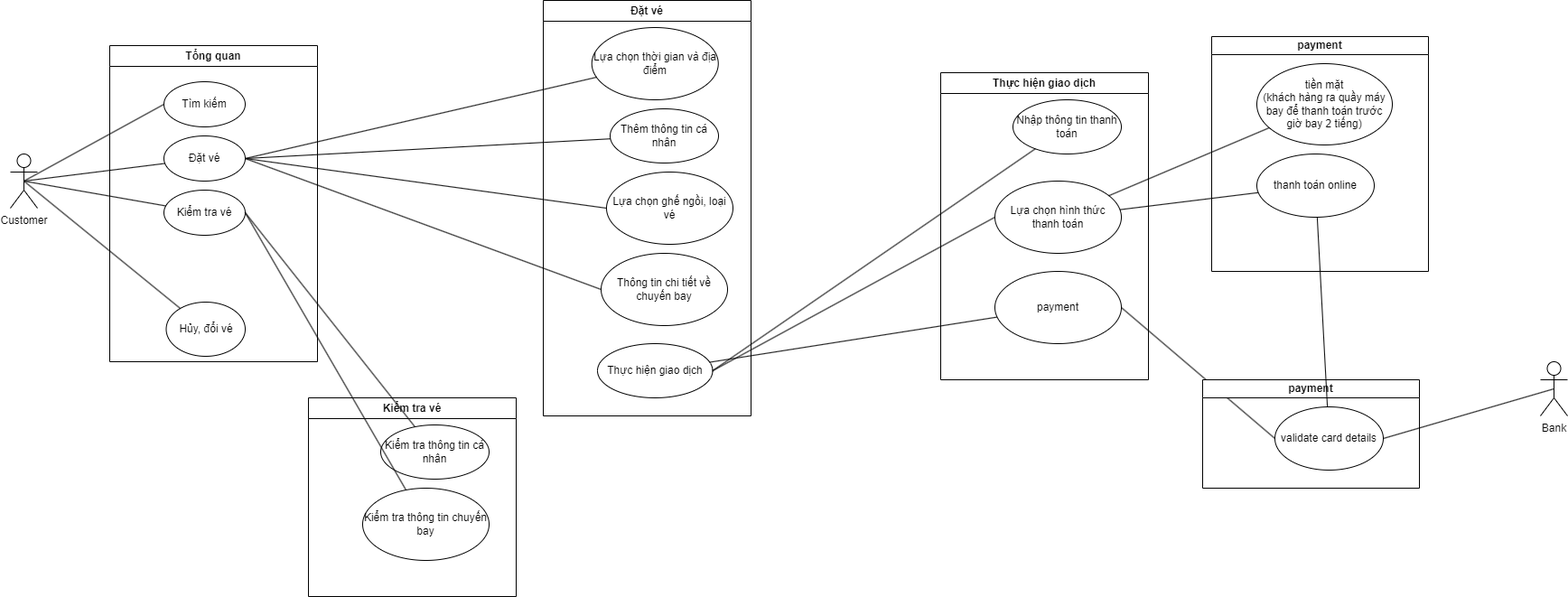
GumBox/CloudAirlineG8 keeps this draw.io diagram as Untitled Diagram.drawio.png. Above is the earlier version. Source tidied: cells renumbered, new cells last; positions are measured from the earlier drawing's top-left corner, leaving out a move shared by most shapes. The source it was exported from:
```xml
<mxGraphModel>
  <root>
    <mxCell id="0" />
    <mxCell id="1" parent="0" />
    <mxCell id="2" value="Tổng quan" style="swimlane;whiteSpace=wrap;" parent="1" vertex="1">
      <mxGeometry x="110" y="50" width="230" height="350" as="geometry" />
    </mxCell>
    <mxCell id="3" value="Đặt vé" style="ellipse;whiteSpace=wrap;html=1;" parent="2" vertex="1">
      <mxGeometry x="60" y="100" width="90" height="50" as="geometry" />
    </mxCell>
    <mxCell id="4" value="Kiểm tra vé" style="ellipse;whiteSpace=wrap;html=1;" parent="2" vertex="1">
      <mxGeometry x="60" y="160" width="90" height="50" as="geometry" />
    </mxCell>
    <mxCell id="5" value="Tìm kiếm" style="ellipse;whiteSpace=wrap;html=1;" parent="2" vertex="1">
      <mxGeometry x="60" y="40" width="90" height="50" as="geometry" />
    </mxCell>
    <mxCell id="6" value="Hủy, đổi vé" style="ellipse;whiteSpace=wrap;html=1;" parent="2" vertex="1">
      <mxGeometry x="62.5" y="284" width="87.5" height="60" as="geometry" />
    </mxCell>
    <mxCell id="7" value="Customer" style="shape=umlActor;verticalLabelPosition=bottom;verticalAlign=top;html=1;outlineConnect=0;" parent="1" vertex="1">
      <mxGeometry y="170" width="30" height="60" as="geometry" />
    </mxCell>
    <mxCell id="8" style="endArrow=none;html=1;rounded=0;exitX=0.5;exitY=0.5;exitDx=0;exitDy=0;exitPerimeter=0;" parent="1" edge="1" source="7" target="3">
      <mxGeometry relative="1" as="geometry" />
    </mxCell>
    <mxCell id="9" style="endArrow=none;html=1;rounded=0;exitX=0.5;exitY=0.5;exitDx=0;exitDy=0;exitPerimeter=0;" parent="1" edge="1" source="7" target="4">
      <mxGeometry relative="1" as="geometry" />
    </mxCell>
    <mxCell id="10" style="endArrow=none;html=1;rounded=0;exitX=0.5;exitY=0.5;exitDx=0;exitDy=0;exitPerimeter=0;entryX=0;entryY=0.5;entryDx=0;entryDy=0;" parent="1" edge="1" source="7" target="5">
      <mxGeometry relative="1" as="geometry" />
    </mxCell>
    <mxCell id="11" value="Đặt vé" style="swimlane;whiteSpace=wrap;" parent="1" vertex="1">
      <mxGeometry x="590" width="230" height="460" as="geometry" />
    </mxCell>
    <mxCell id="12" value="Thêm thông tin cá nhân" style="ellipse;whiteSpace=wrap;html=1;" parent="11" vertex="1">
      <mxGeometry x="74" y="120" width="120" height="60" as="geometry" />
    </mxCell>
    <mxCell id="13" value="Lựa chọn thời gian và địa điểm" style="ellipse;whiteSpace=wrap;html=1;" parent="11" vertex="1">
      <mxGeometry x="53.8" y="30" width="140" height="80" as="geometry" />
    </mxCell>
    <mxCell id="14" value="Lựa chọn ghế ngồi, loại vé" style="ellipse;whiteSpace=wrap;html=1;" parent="11" vertex="1">
      <mxGeometry x="70" y="190" width="140" height="80" as="geometry" />
    </mxCell>
    <mxCell id="15" value="Thông tin chi tiết về chuyến bay" style="ellipse;whiteSpace=wrap;html=1;" parent="11" vertex="1">
      <mxGeometry x="64" y="280" width="140" height="80" as="geometry" />
    </mxCell>
    <mxCell id="16" value="Thực hiện giao dịch" style="ellipse;whiteSpace=wrap;html=1;" parent="11" vertex="1">
      <mxGeometry x="60" y="380" width="127.5" height="60" as="geometry" />
    </mxCell>
    <mxCell id="17" style="endArrow=none;html=1;rounded=0;exitX=1;exitY=0.5;exitDx=0;exitDy=0;" parent="1" edge="1" source="3" target="12">
      <mxGeometry relative="1" as="geometry" />
    </mxCell>
    <mxCell id="18" style="endArrow=none;html=1;rounded=0;exitX=1;exitY=0.5;exitDx=0;exitDy=0;entryX=0;entryY=0.5;entryDx=0;entryDy=0;" parent="1" edge="1" source="3" target="14">
      <mxGeometry relative="1" as="geometry" />
    </mxCell>
    <mxCell id="19" style="endArrow=none;html=1;rounded=0;exitX=1;exitY=0.5;exitDx=0;exitDy=0;" parent="1" edge="1" source="3" target="13">
      <mxGeometry relative="1" as="geometry" />
    </mxCell>
    <mxCell id="20" style="endArrow=none;html=1;rounded=0;exitX=1;exitY=0.5;exitDx=0;exitDy=0;entryX=0;entryY=0.5;entryDx=0;entryDy=0;" parent="1" edge="1" source="3" target="15">
      <mxGeometry relative="1" as="geometry" />
    </mxCell>
    <mxCell id="21" value="Kiểm tra vé" style="swimlane;whiteSpace=wrap;" parent="1" vertex="1">
      <mxGeometry x="330" y="440" width="230" height="220" as="geometry" />
    </mxCell>
    <mxCell id="22" value="Kiểm tra thông tin cá nhân" style="ellipse;whiteSpace=wrap;html=1;" parent="21" vertex="1">
      <mxGeometry x="80" y="30" width="120" height="60" as="geometry" />
    </mxCell>
    <mxCell id="23" value="Kiểm tra thông tin chuyến bay" style="ellipse;whiteSpace=wrap;html=1;" parent="21" vertex="1">
      <mxGeometry x="60" y="100" width="140" height="80" as="geometry" />
    </mxCell>
    <mxCell id="24" style="endArrow=none;html=1;rounded=0;exitX=1;exitY=0.5;exitDx=0;exitDy=0;" parent="1" edge="1" source="4" target="22">
      <mxGeometry relative="1" as="geometry" />
    </mxCell>
    <mxCell id="25" style="endArrow=none;html=1;rounded=0;exitX=1;exitY=0.5;exitDx=0;exitDy=0;" parent="1" edge="1" source="4" target="23">
      <mxGeometry relative="1" as="geometry" />
    </mxCell>
    <mxCell id="26" value="Thực hiện giao dịch" style="swimlane;whiteSpace=wrap;startSize=23;" parent="1" vertex="1">
      <mxGeometry x="1030" y="80" width="230" height="340" as="geometry" />
    </mxCell>
    <mxCell id="27" value="Nhập thông tin thanh toán" style="ellipse;whiteSpace=wrap;html=1;" parent="26" vertex="1">
      <mxGeometry x="80" y="30" width="120" height="60" as="geometry" />
    </mxCell>
    <mxCell id="28" value="payment" style="ellipse;whiteSpace=wrap;html=1;" parent="26" vertex="1">
      <mxGeometry x="60" y="220" width="140" height="80" as="geometry" />
    </mxCell>
    <mxCell id="29" value="Lựa chọn hình thức thanh toán" style="ellipse;whiteSpace=wrap;html=1;" parent="26" vertex="1">
      <mxGeometry x="60" y="120" width="140" height="80" as="geometry" />
    </mxCell>
    <mxCell id="30" style="endArrow=none;html=1;rounded=0;exitX=1;exitY=0.5;exitDx=0;exitDy=0;" parent="1" edge="1" source="16" target="27">
      <mxGeometry relative="1" as="geometry" />
    </mxCell>
    <mxCell id="31" style="endArrow=none;html=1;rounded=0;" parent="1" edge="1" source="16" target="28">
      <mxGeometry relative="1" as="geometry" />
    </mxCell>
    <mxCell id="32" style="endArrow=none;html=1;rounded=0;entryX=0;entryY=0.5;entryDx=0;entryDy=0;exitX=1;exitY=0.5;exitDx=0;exitDy=0;" parent="1" edge="1" source="16" target="29">
      <mxGeometry relative="1" as="geometry" />
    </mxCell>
    <mxCell id="33" style="endArrow=none;html=1;rounded=0;exitX=0.5;exitY=0.5;exitDx=0;exitDy=0;exitPerimeter=0;" parent="1" edge="1" source="7" target="6">
      <mxGeometry relative="1" as="geometry" />
    </mxCell>
    <mxCell id="34" value="Bank" style="shape=umlActor;verticalLabelPosition=bottom;verticalAlign=top;html=1;outlineConnect=0;" parent="1" vertex="1">
      <mxGeometry x="1694" y="400" width="30" height="60" as="geometry" />
    </mxCell>
    <mxCell id="35" style="endArrow=none;html=1;rounded=0;exitX=1;exitY=0.5;exitDx=0;exitDy=0;entryX=0.5;entryY=0.5;entryDx=0;entryDy=0;entryPerimeter=0;" parent="1" edge="1" source="38" target="34">
      <mxGeometry relative="1" as="geometry" />
    </mxCell>
    <mxCell id="36" style="endArrow=none;html=1;rounded=0;exitX=1;exitY=0.5;exitDx=0;exitDy=0;entryX=0;entryY=0.5;entryDx=0;entryDy=0;" parent="1" edge="1" source="28" target="38">
      <mxGeometry relative="1" as="geometry" />
    </mxCell>
    <mxCell id="37" value="payment" style="swimlane;whiteSpace=wrap;startSize=20;" parent="1" vertex="1">
      <mxGeometry x="1320" y="420" width="240" height="120" as="geometry" />
    </mxCell>
    <mxCell id="38" value="validate card details" style="ellipse;whiteSpace=wrap;html=1;" parent="37" vertex="1">
      <mxGeometry x="80" y="30" width="120" height="70" as="geometry" />
    </mxCell>
    <mxCell id="39" value="payment" style="swimlane;whiteSpace=wrap;startSize=20;" parent="1" vertex="1">
      <mxGeometry x="1330" y="40" width="240" height="260" as="geometry" />
    </mxCell>
    <mxCell id="40" value="tiền mặt&lt;br&gt;(khách hàng ra quầy máy bay để thanh toán trước giờ bay 2 tiếng)" style="ellipse;whiteSpace=wrap;html=1;" parent="39" vertex="1">
      <mxGeometry x="50" y="30" width="150" height="90" as="geometry" />
    </mxCell>
    <mxCell id="41" value="thanh toán online" style="ellipse;whiteSpace=wrap;html=1;" parent="39" vertex="1">
      <mxGeometry x="50" y="130" width="130" height="70" as="geometry" />
    </mxCell>
    <mxCell id="42" style="endArrow=none;html=1;rounded=0;" parent="1" edge="1" source="40" target="29">
      <mxGeometry relative="1" as="geometry" />
    </mxCell>
    <mxCell id="43" style="endArrow=none;html=1;rounded=0;" parent="1" edge="1" source="29" target="41">
      <mxGeometry relative="1" as="geometry" />
    </mxCell>
    <mxCell id="44" style="endArrow=none;html=1;rounded=0;" parent="1" edge="1" source="41" target="38">
      <mxGeometry relative="1" as="geometry" />
    </mxCell>
  </root>
</mxGraphModel>
```
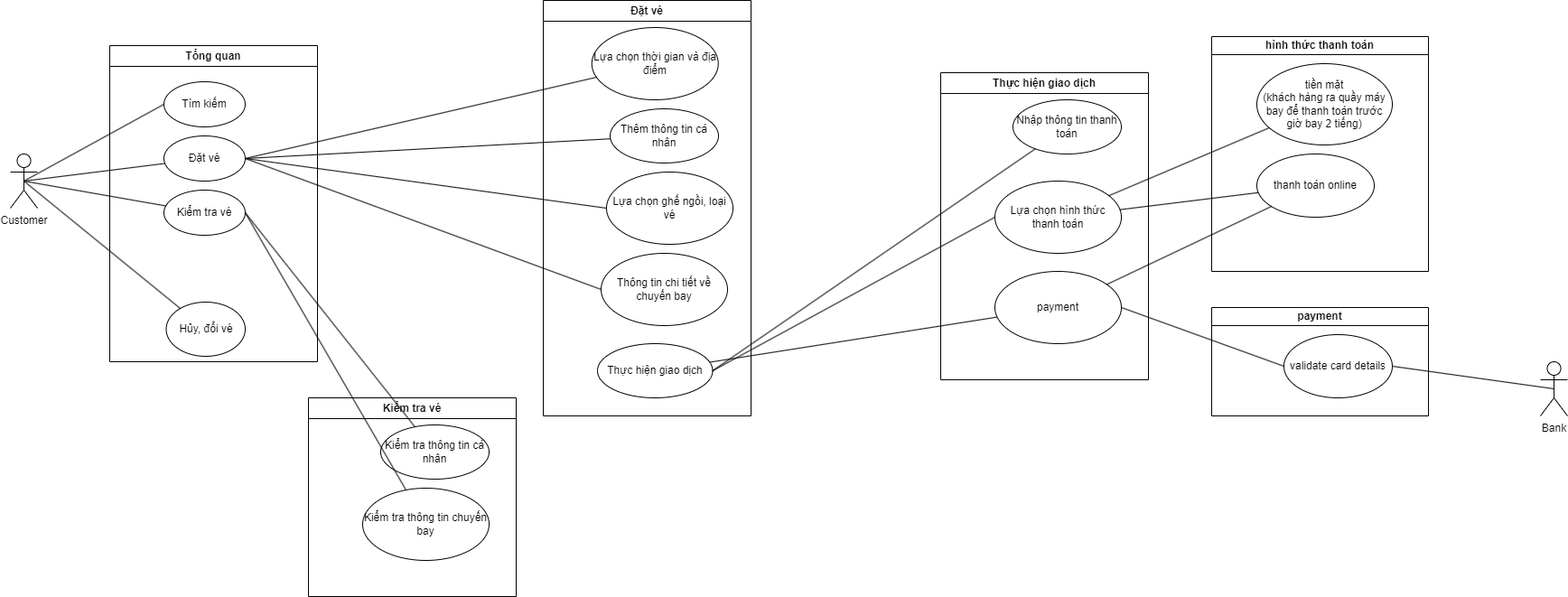
Later version of the same file.

What changed in the source:
```diff
@@ -108,12 +108,12 @@
       <mxGeometry relative="1" as="geometry" />
     </mxCell>
     <mxCell id="37" value="payment" style="swimlane;whiteSpace=wrap;startSize=20;" parent="1" vertex="1">
-      <mxGeometry x="1320" y="420" width="240" height="120" as="geometry" />
+      <mxGeometry x="1330" y="340" width="240" height="120" as="geometry" />
     </mxCell>
     <mxCell id="38" value="validate card details" style="ellipse;whiteSpace=wrap;html=1;" parent="37" vertex="1">
       <mxGeometry x="80" y="30" width="120" height="70" as="geometry" />
     </mxCell>
-    <mxCell id="39" value="payment" style="swimlane;whiteSpace=wrap;startSize=20;" parent="1" vertex="1">
+    <mxCell id="39" value="hình thức thanh toán" style="swimlane;whiteSpace=wrap;startSize=20;" parent="1" vertex="1">
       <mxGeometry x="1330" y="40" width="240" height="260" as="geometry" />
     </mxCell>
     <mxCell id="40" value="tiền mặt&lt;br&gt;(khách hàng ra quầy máy bay để thanh toán trước giờ bay 2 tiếng)" style="ellipse;whiteSpace=wrap;html=1;" parent="39" vertex="1">
@@ -128,7 +128,7 @@
     <mxCell id="43" style="endArrow=none;html=1;rounded=0;" parent="1" edge="1" source="29" target="41">
       <mxGeometry relative="1" as="geometry" />
     </mxCell>
-    <mxCell id="44" style="endArrow=none;html=1;rounded=0;" parent="1" edge="1" source="41" target="38">
+    <mxCell id="44" style="endArrow=none;html=1;rounded=0;" parent="1" edge="1" source="41" target="28">
       <mxGeometry relative="1" as="geometry" />
     </mxCell>
   </root>
```
